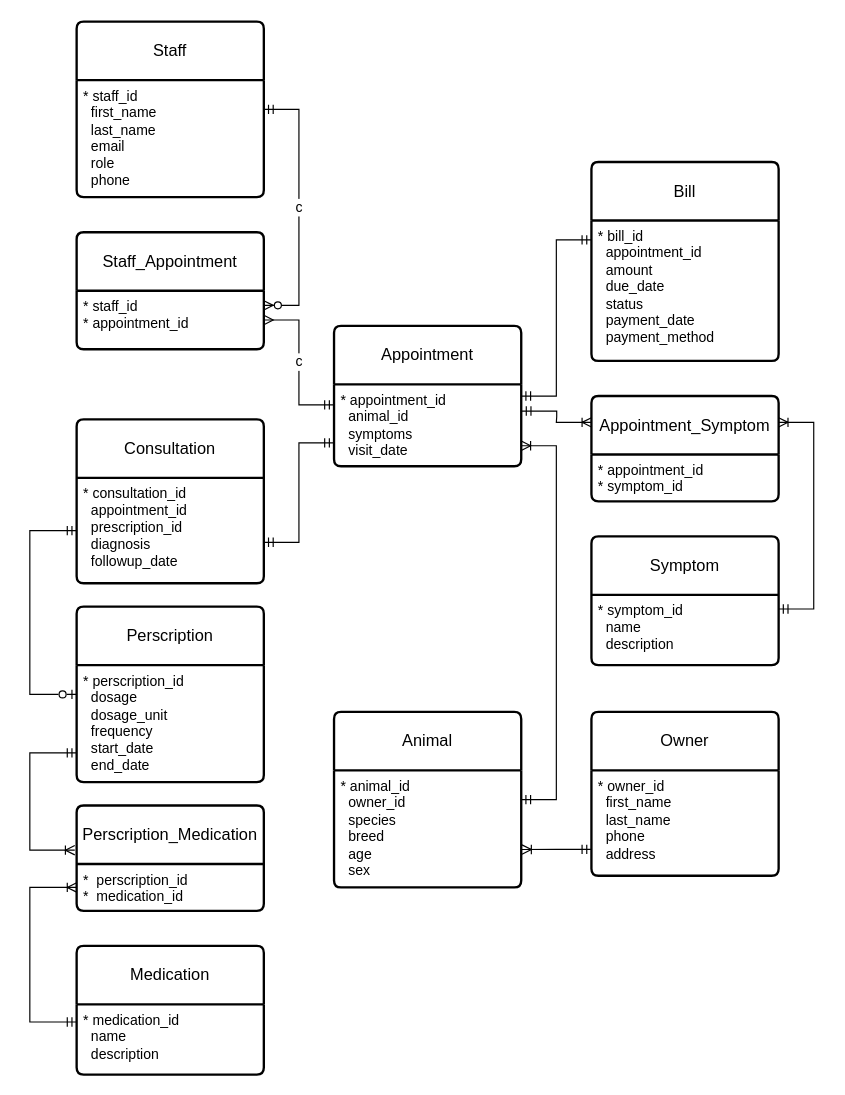
This is DDD/Vet ERD enhanced.drawio from AladinJmila/ATU, a draw.io file, before an edit. Source tidied: cells renumbered, new cells numbered last; positions are measured from the earlier drawing's top-left corner, leaving out a move shared by most shapes. Both pictures are drawn from the tidied source at 117%, with x=0, y=0 at pixel (29, 21).
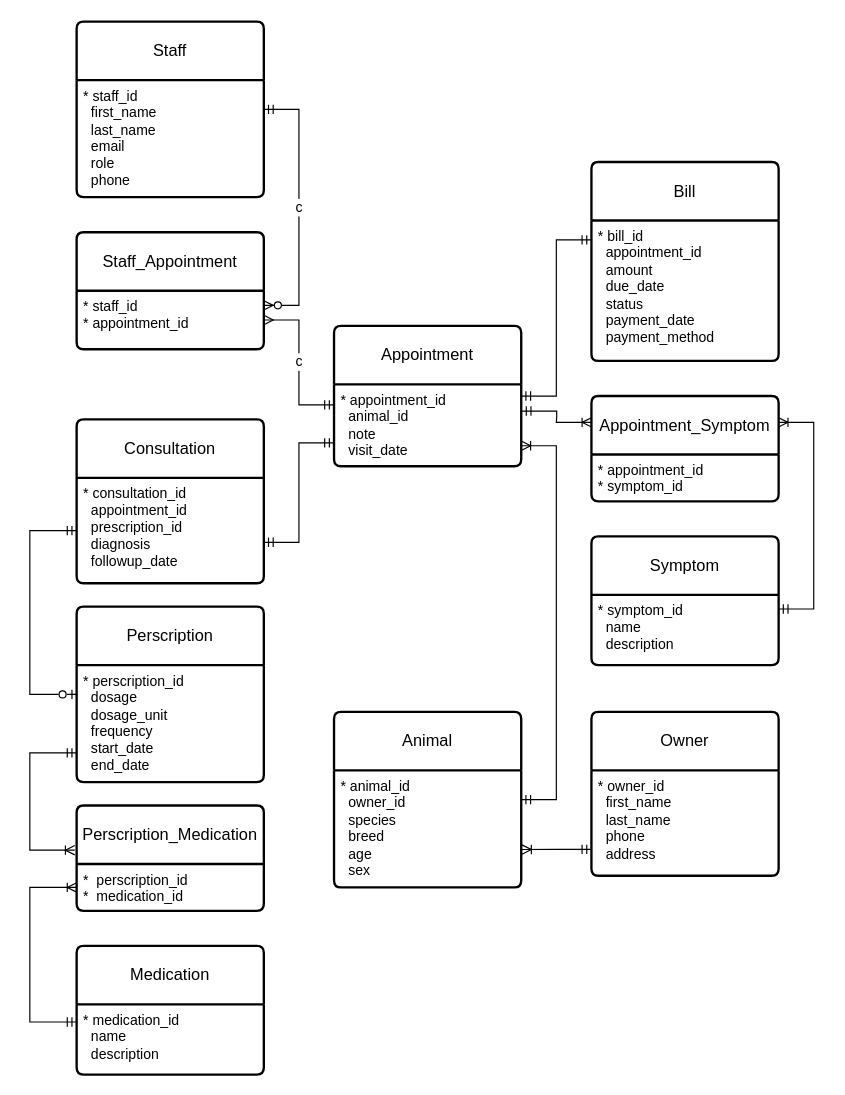
The same diagram, later.

The change refers to these unchanged cells:
```xml
<mxCell id="6" value="Appointment" style="swimlane;horizontal=1;startSize=50;rounded=1;fontSize=14;fontStyle=0;strokeWidth=2;shadow=0;dashed=0;align=center;arcSize=4;whiteSpace=wrap;html=1;" parent="1" vertex="1">
  <mxGeometry x="260" y="260" width="160" height="120" as="geometry" />
</mxCell>
```

The edit, as a diff of the source:
```diff
@@
-    <mxCell id="7" value="* appointment_id&lt;div&gt;&amp;nbsp; animal_id&lt;/div&gt;&lt;div&gt;&amp;nbsp; symptoms&lt;br&gt;&lt;div&gt;&amp;nbsp; visit_date&lt;/div&gt;&lt;/div&gt;" style="align=left;strokeColor=none;fillColor=none;spacingLeft=4;fontSize=12;verticalAlign=top;html=1;" parent="6" vertex="1">
+    <mxCell id="7" value="* appointment_id&lt;div&gt;&amp;nbsp; animal_id&lt;/div&gt;&lt;div&gt;&amp;nbsp; note&lt;br&gt;&lt;div&gt;&amp;nbsp; visit_date&lt;/div&gt;&lt;/div&gt;" style="align=left;strokeColor=none;fillColor=none;spacingLeft=4;fontSize=12;verticalAlign=top;html=1;" parent="6" vertex="1">
       <mxGeometry y="50" width="160" height="70" as="geometry" />
     </mxCell>
```
